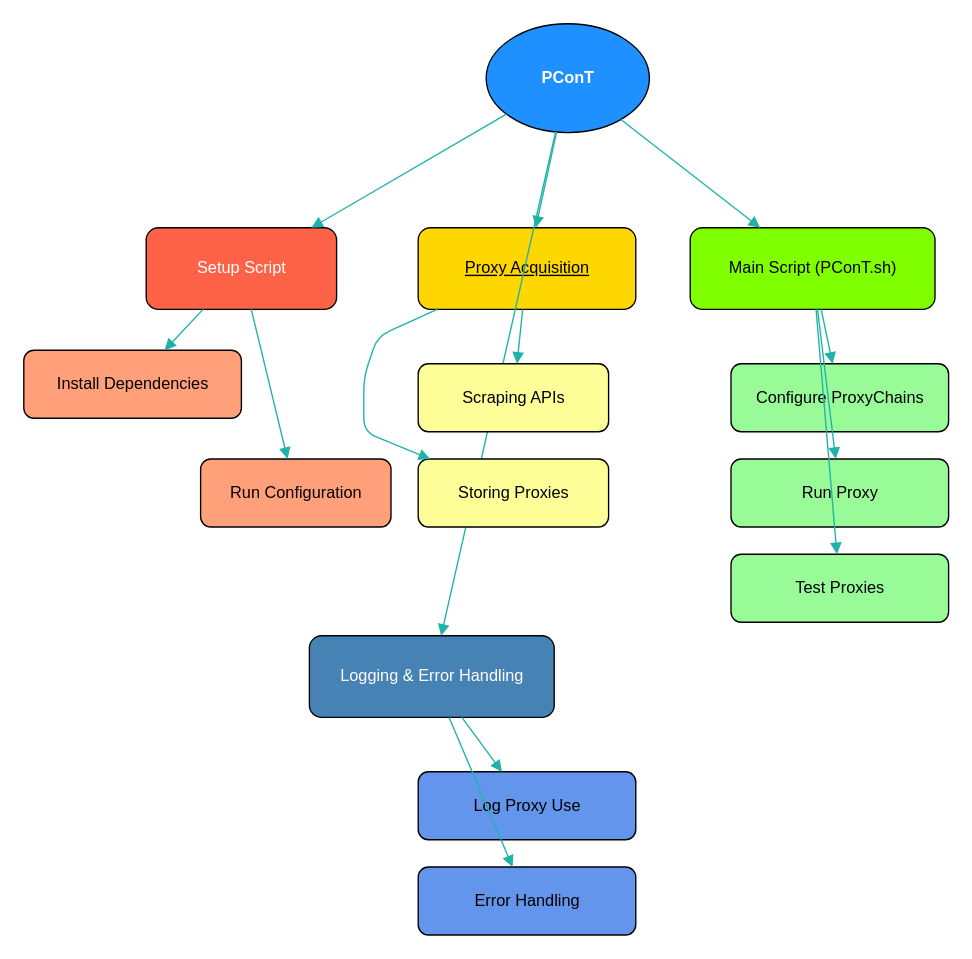
This is Docs/project-outline/Blueprint.drawio from Anorak001/PConT, a draw.io file, before an edit. Source tidied: cells renumbered, new cells numbered last; positions are measured from the earlier drawing's top-left corner, leaving out a move shared by most shapes. Both pictures are drawn from the tidied source at 136%, with x=0, y=0 at pixel (23, 23).
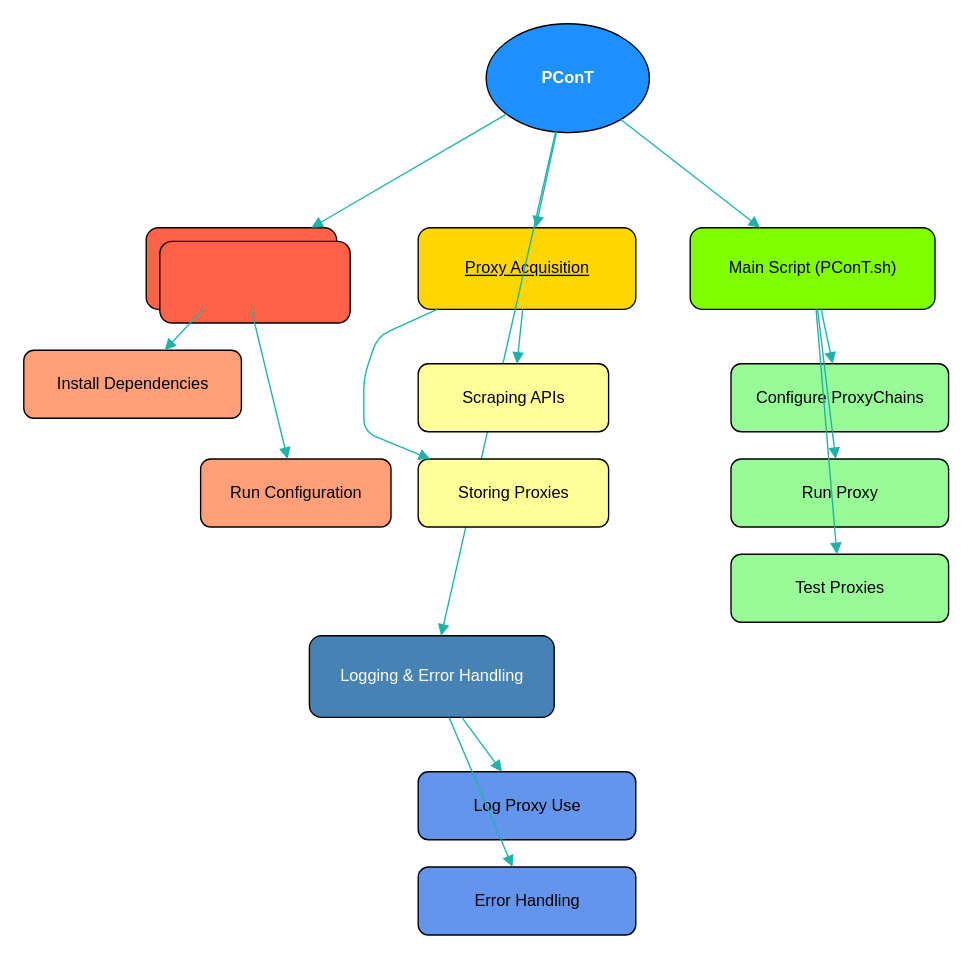
The same page after the edit.

What changed in the source:
```diff
@@
+    <mxCell id="29" value="&lt;div&gt;&lt;br&gt;&lt;/div&gt;&lt;div&gt;&lt;br&gt;&lt;/div&gt;" style="rounded=1;html=1;fillColor=#FF6347;fontColor=#FFFFFF;" parent="1" vertex="1">
+      <mxGeometry x="100" y="160" width="140" height="60" as="geometry" />
+    </mxCell>
```
